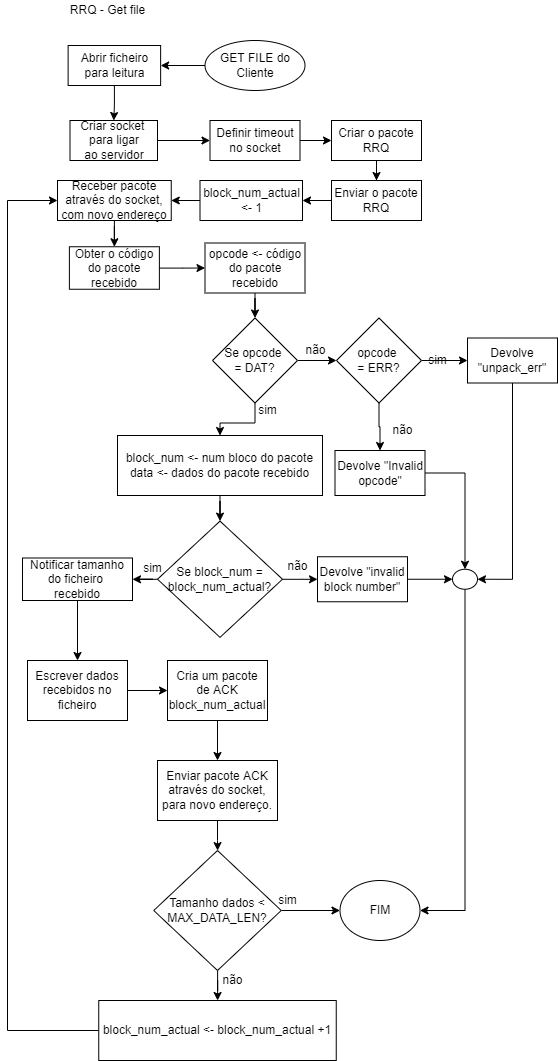
The draw.io diagram docs/fluxograma rrq.drawio.png in RodrigoSequeira/tftpy, before a commit. Source tidied: cells renumbered, new cells last; positions are measured from the earlier drawing's top-left corner, leaving out a move shared by most shapes. Source of this version:
```xml
<mxGraphModel>
  <root>
    <mxCell id="0" />
    <mxCell id="1" parent="0" />
    <mxCell id="2" style="edgeStyle=orthogonalEdgeStyle;rounded=0;jettySize=auto;html=1;" parent="1" edge="1" source="3" target="61">
      <mxGeometry relative="1" as="geometry" />
    </mxCell>
    <mxCell id="3" value="GET FILE do&lt;br&gt;Cliente" style="ellipse;whiteSpace=wrap;html=1;" parent="1" vertex="1">
      <mxGeometry x="197.5" y="40" width="100" height="50" as="geometry" />
    </mxCell>
    <mxCell id="4" style="edgeStyle=orthogonalEdgeStyle;rounded=0;jettySize=auto;html=1;" parent="1" edge="1" source="5" target="7">
      <mxGeometry relative="1" as="geometry" />
    </mxCell>
    <mxCell id="5" value="block_num_actual &amp;lt;- 1" style="rounded=0;whiteSpace=wrap;html=1;" parent="1" vertex="1">
      <mxGeometry x="192.5" y="180" width="102.5" height="40" as="geometry" />
    </mxCell>
    <mxCell id="6" style="edgeStyle=orthogonalEdgeStyle;rounded=0;jettySize=auto;html=1;" parent="1" edge="1" source="7" target="16">
      <mxGeometry relative="1" as="geometry" />
    </mxCell>
    <mxCell id="7" value="Receber pacote através do socket, com novo endereço" style="rounded=0;whiteSpace=wrap;html=1;" parent="1" vertex="1">
      <mxGeometry x="50" y="180" width="113.8" height="40" as="geometry" />
    </mxCell>
    <mxCell id="8" style="edgeStyle=orthogonalEdgeStyle;rounded=0;jettySize=auto;html=1;" parent="1" edge="1" source="10" target="34">
      <mxGeometry relative="1" as="geometry" />
    </mxCell>
    <mxCell id="9" style="edgeStyle=orthogonalEdgeStyle;rounded=0;jettySize=auto;html=1;" parent="1" edge="1" source="10" target="41">
      <mxGeometry relative="1" as="geometry" />
    </mxCell>
    <mxCell id="10" value="Se opcode &lt;br&gt;= DAT?" style="rhombus;whiteSpace=wrap;html=1;" parent="1" vertex="1">
      <mxGeometry x="205" y="317.5" width="85" height="85" as="geometry" />
    </mxCell>
    <mxCell id="11" style="edgeStyle=orthogonalEdgeStyle;rounded=0;jettySize=auto;html=1;entryX=0.5;entryY=0;entryDx=0;entryDy=0;" parent="1" edge="1" source="12" target="59">
      <mxGeometry relative="1" as="geometry" />
    </mxCell>
    <mxCell id="12" value="Devolve &quot;Invalid opcode&quot;" style="rounded=0;whiteSpace=wrap;html=1;" parent="1" vertex="1">
      <mxGeometry x="327.5" y="450" width="90" height="45" as="geometry" />
    </mxCell>
    <mxCell id="13" style="edgeStyle=orthogonalEdgeStyle;rounded=0;jettySize=auto;html=1;" parent="1" edge="1" source="14" target="20">
      <mxGeometry relative="1" as="geometry" />
    </mxCell>
    <mxCell id="14" value="Notificar tamanho do ficheiro&amp;nbsp; recebido" style="rounded=0;whiteSpace=wrap;html=1;" parent="1" vertex="1">
      <mxGeometry x="15" y="557.5" width="110" height="42.5" as="geometry" />
    </mxCell>
    <mxCell id="15" style="edgeStyle=orthogonalEdgeStyle;rounded=0;jettySize=auto;html=1;" parent="1" edge="1" source="16" target="31">
      <mxGeometry relative="1" as="geometry" />
    </mxCell>
    <mxCell id="16" value="Obter o código do pacote recebido" style="rounded=0;whiteSpace=wrap;html=1;" parent="1" vertex="1">
      <mxGeometry x="61.9" y="246.2" width="90" height="42.5" as="geometry" />
    </mxCell>
    <mxCell id="17" style="edgeStyle=orthogonalEdgeStyle;rounded=0;jettySize=auto;html=1;" parent="1" edge="1" source="18" target="59">
      <mxGeometry relative="1" as="geometry" />
    </mxCell>
    <mxCell id="18" value="Devolve &quot;invalid block number&quot;" style="rounded=0;whiteSpace=wrap;html=1;" parent="1" vertex="1">
      <mxGeometry x="310" y="556.2" width="90" height="45" as="geometry" />
    </mxCell>
    <mxCell id="19" style="edgeStyle=orthogonalEdgeStyle;rounded=0;jettySize=auto;html=1;" parent="1" edge="1" source="20" target="48">
      <mxGeometry relative="1" as="geometry" />
    </mxCell>
    <mxCell id="20" value="Escrever dados recebidos no ficheiro" style="rounded=0;whiteSpace=wrap;html=1;" parent="1" vertex="1">
      <mxGeometry x="20" y="660" width="100" height="60" as="geometry" />
    </mxCell>
    <mxCell id="21" value="RRQ - Get file" style="text;html=1;align=center;verticalAlign=middle;strokeColor=none;fillColor=none;" parent="1" vertex="1">
      <mxGeometry x="55" width="90" height="20" as="geometry" />
    </mxCell>
    <mxCell id="22" style="edgeStyle=orthogonalEdgeStyle;rounded=0;jettySize=auto;html=1;" parent="1" edge="1" source="23" target="25">
      <mxGeometry relative="1" as="geometry" />
    </mxCell>
    <mxCell id="23" value="Criar socket&amp;nbsp;&lt;br&gt;para ligar&lt;br&gt;ao servidor" style="rounded=0;whiteSpace=wrap;html=1;" parent="1" vertex="1">
      <mxGeometry x="62.5" y="120" width="87.5" height="40" as="geometry" />
    </mxCell>
    <mxCell id="24" style="edgeStyle=orthogonalEdgeStyle;rounded=0;jettySize=auto;html=1;" parent="1" edge="1" source="25" target="27">
      <mxGeometry relative="1" as="geometry" />
    </mxCell>
    <mxCell id="25" value="Definir timeout no socket" style="rounded=0;whiteSpace=wrap;html=1;" parent="1" vertex="1">
      <mxGeometry x="202.5" y="120" width="90" height="40" as="geometry" />
    </mxCell>
    <mxCell id="26" style="edgeStyle=orthogonalEdgeStyle;rounded=0;jettySize=auto;html=1;" parent="1" edge="1" source="27" target="29">
      <mxGeometry relative="1" as="geometry" />
    </mxCell>
    <mxCell id="27" value="Criar o pacote&lt;br&gt;RRQ" style="rounded=0;whiteSpace=wrap;html=1;" parent="1" vertex="1">
      <mxGeometry x="324" y="120" width="90" height="40" as="geometry" />
    </mxCell>
    <mxCell id="28" style="edgeStyle=orthogonalEdgeStyle;rounded=0;jettySize=auto;html=1;" parent="1" edge="1" source="29" target="5">
      <mxGeometry relative="1" as="geometry" />
    </mxCell>
    <mxCell id="29" value="Enviar o pacote&lt;br&gt;RRQ" style="rounded=0;whiteSpace=wrap;html=1;" parent="1" vertex="1">
      <mxGeometry x="324" y="180" width="90" height="40" as="geometry" />
    </mxCell>
    <mxCell id="30" style="edgeStyle=orthogonalEdgeStyle;rounded=0;jettySize=auto;html=1;" parent="1" edge="1" source="31" target="10">
      <mxGeometry relative="1" as="geometry" />
    </mxCell>
    <mxCell id="31" value="opcode &amp;lt;- código do pacote recebido" style="rounded=0;whiteSpace=wrap;html=1;" parent="1" vertex="1">
      <mxGeometry x="197.5" y="242.5" width="100" height="50" as="geometry" />
    </mxCell>
    <mxCell id="32" style="edgeStyle=orthogonalEdgeStyle;rounded=0;jettySize=auto;html=1;" parent="1" edge="1" source="34" target="12">
      <mxGeometry relative="1" as="geometry" />
    </mxCell>
    <mxCell id="33" style="edgeStyle=orthogonalEdgeStyle;rounded=0;jettySize=auto;html=1;" parent="1" edge="1" source="34" target="37">
      <mxGeometry relative="1" as="geometry" />
    </mxCell>
    <mxCell id="34" value="opcode &lt;br&gt;= ERR?" style="rhombus;whiteSpace=wrap;html=1;" parent="1" vertex="1">
      <mxGeometry x="329" y="317.5" width="85" height="85" as="geometry" />
    </mxCell>
    <mxCell id="35" value="não" style="text;html=1;align=center;verticalAlign=middle;strokeColor=none;fillColor=none;" parent="1" vertex="1">
      <mxGeometry x="287.5" y="340" width="40" height="20" as="geometry" />
    </mxCell>
    <mxCell id="36" style="edgeStyle=orthogonalEdgeStyle;rounded=0;jettySize=auto;html=1;entryX=1;entryY=0.5;entryDx=0;entryDy=0;" parent="1" edge="1" source="37" target="59">
      <mxGeometry relative="1" as="geometry" />
    </mxCell>
    <mxCell id="37" value="Devolve &quot;unpack_err&quot;" style="rounded=0;whiteSpace=wrap;html=1;" parent="1" vertex="1">
      <mxGeometry x="460" y="337.5" width="90" height="45" as="geometry" />
    </mxCell>
    <mxCell id="38" value="sim" style="text;html=1;align=center;verticalAlign=middle;strokeColor=none;fillColor=none;" parent="1" vertex="1">
      <mxGeometry x="415" y="350" width="30" height="20" as="geometry" />
    </mxCell>
    <mxCell id="39" value="não" style="text;html=1;align=center;verticalAlign=middle;strokeColor=none;fillColor=none;" parent="1" vertex="1">
      <mxGeometry x="375" y="420" width="40" height="20" as="geometry" />
    </mxCell>
    <mxCell id="40" style="edgeStyle=orthogonalEdgeStyle;rounded=0;jettySize=auto;html=1;" parent="1" edge="1" source="41" target="44">
      <mxGeometry relative="1" as="geometry" />
    </mxCell>
    <mxCell id="41" value="block_num &amp;lt;- num bloco do pacote&lt;br&gt;data &amp;lt;- dados do pacote recebido" style="rounded=0;whiteSpace=wrap;html=1;" parent="1" vertex="1">
      <mxGeometry x="110" y="435" width="205" height="60" as="geometry" />
    </mxCell>
    <mxCell id="42" style="edgeStyle=orthogonalEdgeStyle;rounded=0;jettySize=auto;html=1;" parent="1" edge="1" source="44" target="18">
      <mxGeometry relative="1" as="geometry" />
    </mxCell>
    <mxCell id="43" style="edgeStyle=orthogonalEdgeStyle;rounded=0;jettySize=auto;html=1;" parent="1" edge="1" source="44" target="14">
      <mxGeometry relative="1" as="geometry" />
    </mxCell>
    <mxCell id="44" value="Se block_num = block_num_actual?" style="rhombus;whiteSpace=wrap;html=1;" parent="1" vertex="1">
      <mxGeometry x="150" y="520.6" width="125" height="116.2" as="geometry" />
    </mxCell>
    <mxCell id="45" value="não" style="text;html=1;align=center;verticalAlign=middle;strokeColor=none;fillColor=none;" parent="1" vertex="1">
      <mxGeometry x="270" y="556.2" width="40" height="20" as="geometry" />
    </mxCell>
    <mxCell id="46" value="sim" style="text;html=1;align=center;verticalAlign=middle;strokeColor=none;fillColor=none;" parent="1" vertex="1">
      <mxGeometry x="130" y="557.5" width="30" height="20" as="geometry" />
    </mxCell>
    <mxCell id="47" style="edgeStyle=orthogonalEdgeStyle;rounded=0;jettySize=auto;html=1;" parent="1" edge="1" source="48" target="50">
      <mxGeometry relative="1" as="geometry" />
    </mxCell>
    <mxCell id="48" value="Cria um pacote de ACK block_num_actual" style="rounded=0;whiteSpace=wrap;html=1;" parent="1" vertex="1">
      <mxGeometry x="160" y="660" width="100" height="60" as="geometry" />
    </mxCell>
    <mxCell id="49" style="edgeStyle=orthogonalEdgeStyle;rounded=0;jettySize=auto;html=1;" parent="1" edge="1" source="50" target="53">
      <mxGeometry relative="1" as="geometry" />
    </mxCell>
    <mxCell id="50" value="Enviar pacote ACK através do socket, para novo endereço." style="rounded=0;whiteSpace=wrap;html=1;" parent="1" vertex="1">
      <mxGeometry x="150" y="760" width="120" height="60" as="geometry" />
    </mxCell>
    <mxCell id="51" style="edgeStyle=orthogonalEdgeStyle;rounded=0;jettySize=auto;html=1;" parent="1" edge="1" source="53" target="54">
      <mxGeometry relative="1" as="geometry" />
    </mxCell>
    <mxCell id="52" style="edgeStyle=orthogonalEdgeStyle;rounded=0;jettySize=auto;html=1;" parent="1" edge="1" source="53" target="57">
      <mxGeometry relative="1" as="geometry" />
    </mxCell>
    <mxCell id="53" value="Tamanho dados &amp;lt; MAX_DATA_LEN?" style="rhombus;whiteSpace=wrap;html=1;" parent="1" vertex="1">
      <mxGeometry x="146.2" y="850" width="127.5" height="120" as="geometry" />
    </mxCell>
    <mxCell id="54" value="FIM" style="ellipse;whiteSpace=wrap;html=1;" parent="1" vertex="1">
      <mxGeometry x="332.5" y="880" width="80" height="60" as="geometry" />
    </mxCell>
    <mxCell id="55" value="sim" style="text;html=1;align=center;verticalAlign=middle;strokeColor=none;fillColor=none;" parent="1" vertex="1">
      <mxGeometry x="265" y="890" width="30" height="20" as="geometry" />
    </mxCell>
    <mxCell id="56" style="edgeStyle=orthogonalEdgeStyle;rounded=0;jettySize=auto;html=1;entryX=0;entryY=0.5;entryDx=0;entryDy=0;" parent="1" edge="1" source="57" target="7">
      <mxGeometry relative="1" as="geometry">
        <Array as="points">
          <mxPoint y="1030" />
          <mxPoint y="200" />
        </Array>
      </mxGeometry>
    </mxCell>
    <mxCell id="57" value="block_num_actual &amp;lt;- block_num_actual +1" style="rounded=0;whiteSpace=wrap;html=1;" parent="1" vertex="1">
      <mxGeometry x="91.2" y="1000" width="237.5" height="60" as="geometry" />
    </mxCell>
    <mxCell id="58" style="edgeStyle=orthogonalEdgeStyle;rounded=0;jettySize=auto;html=1;entryX=1;entryY=0.5;entryDx=0;entryDy=0;" parent="1" edge="1" source="59" target="54">
      <mxGeometry relative="1" as="geometry">
        <Array as="points">
          <mxPoint x="458" y="910" />
        </Array>
      </mxGeometry>
    </mxCell>
    <mxCell id="59" style="ellipse;whiteSpace=wrap;html=1;" parent="1" vertex="1">
      <mxGeometry x="445" y="568.8" width="25" height="20" as="geometry" />
    </mxCell>
    <mxCell id="60" style="edgeStyle=orthogonalEdgeStyle;rounded=0;jettySize=auto;html=1;" parent="1" edge="1" source="61" target="23">
      <mxGeometry relative="1" as="geometry" />
    </mxCell>
    <mxCell id="61" value="Abrir ficheiro para leitura" style="rounded=0;whiteSpace=wrap;html=1;" parent="1" vertex="1">
      <mxGeometry x="60.6" y="45" width="92.5" height="40" as="geometry" />
    </mxCell>
    <mxCell id="62" value="não" style="text;html=1;align=center;verticalAlign=middle;strokeColor=none;fillColor=none;" parent="1" vertex="1">
      <mxGeometry x="205" y="970" width="40" height="20" as="geometry" />
    </mxCell>
    <mxCell id="63" value="sim" style="text;html=1;align=center;verticalAlign=middle;strokeColor=none;fillColor=none;" parent="1" vertex="1">
      <mxGeometry x="245" y="400" width="30" height="20" as="geometry" />
    </mxCell>
  </root>
</mxGraphModel>
```
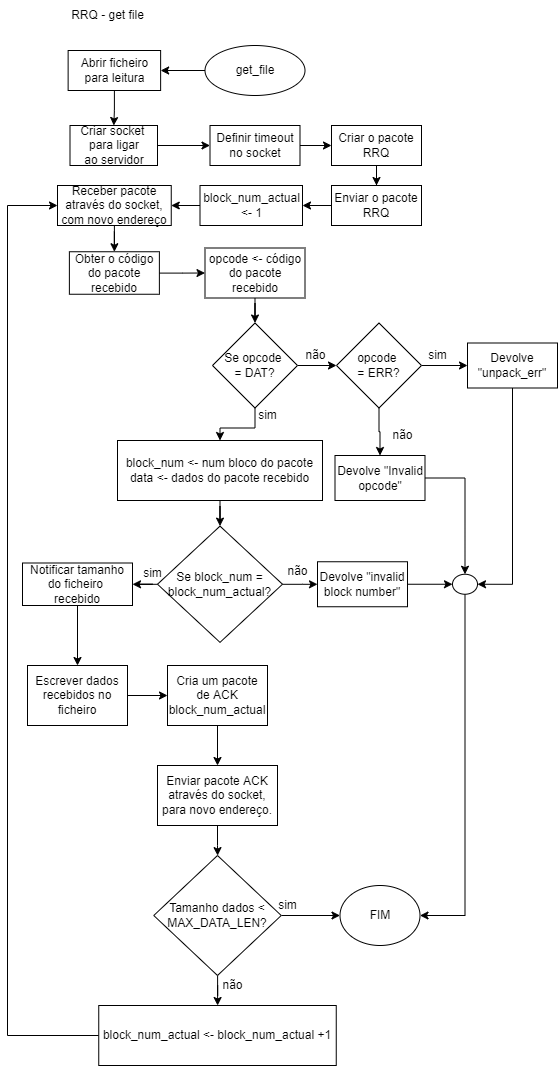
Later version of the same file.

What changed in the source:
```diff
@@ -5,7 +5,7 @@
     <mxCell id="2" style="edgeStyle=orthogonalEdgeStyle;rounded=0;jettySize=auto;html=1;" parent="1" edge="1" source="3" target="61">
       <mxGeometry relative="1" as="geometry" />
     </mxCell>
-    <mxCell id="3" value="GET FILE do&lt;br&gt;Cliente" style="ellipse;whiteSpace=wrap;html=1;" parent="1" vertex="1">
+    <mxCell id="3" value="get_file" style="ellipse;whiteSpace=wrap;html=1;" parent="1" vertex="1">
       <mxGeometry x="197.5" y="40" width="100" height="50" as="geometry" />
     </mxCell>
     <mxCell id="4" style="edgeStyle=orthogonalEdgeStyle;rounded=0;jettySize=auto;html=1;" parent="1" edge="1" source="5" target="7">
@@ -59,8 +59,8 @@
     <mxCell id="20" value="Escrever dados recebidos no ficheiro" style="rounded=0;whiteSpace=wrap;html=1;" parent="1" vertex="1">
       <mxGeometry x="20" y="660" width="100" height="60" as="geometry" />
     </mxCell>
-    <mxCell id="21" value="RRQ - Get file" style="text;html=1;align=center;verticalAlign=middle;strokeColor=none;fillColor=none;" parent="1" vertex="1">
-      <mxGeometry x="55" width="90" height="20" as="geometry" />
+    <mxCell id="21" value="RRQ - get file" style="text;html=1;align=center;verticalAlign=middle;strokeColor=none;fillColor=none;" parent="1" vertex="1">
+      <mxGeometry x="50" y="-5" width="100" height="30" as="geometry" />
     </mxCell>
     <mxCell id="22" style="edgeStyle=orthogonalEdgeStyle;rounded=0;jettySize=auto;html=1;" parent="1" edge="1" source="23" target="25">
       <mxGeometry relative="1" as="geometry" />
@@ -111,7 +111,7 @@
       <mxGeometry x="460" y="337.5" width="90" height="45" as="geometry" />
     </mxCell>
     <mxCell id="38" value="sim" style="text;html=1;align=center;verticalAlign=middle;strokeColor=none;fillColor=none;" parent="1" vertex="1">
-      <mxGeometry x="415" y="350" width="30" height="20" as="geometry" />
+      <mxGeometry x="415" y="340" width="30" height="20" as="geometry" />
     </mxCell>
     <mxCell id="39" value="não" style="text;html=1;align=center;verticalAlign=middle;strokeColor=none;fillColor=none;" parent="1" vertex="1">
       <mxGeometry x="375" y="420" width="40" height="20" as="geometry" />
```
